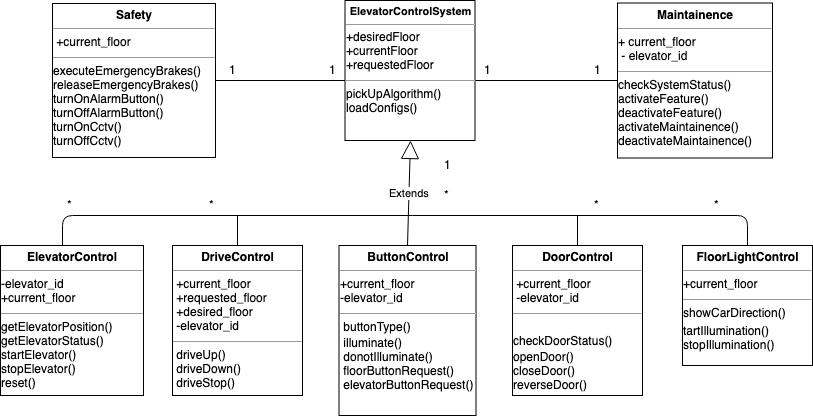
Earlier version of the draw.io export images/class_diagram_ecs.png (bhargavamin/elevator-system). Source tidied: cells renumbered, new cells last; positions are measured from the earlier drawing's top-left corner, leaving out a move shared by most shapes.
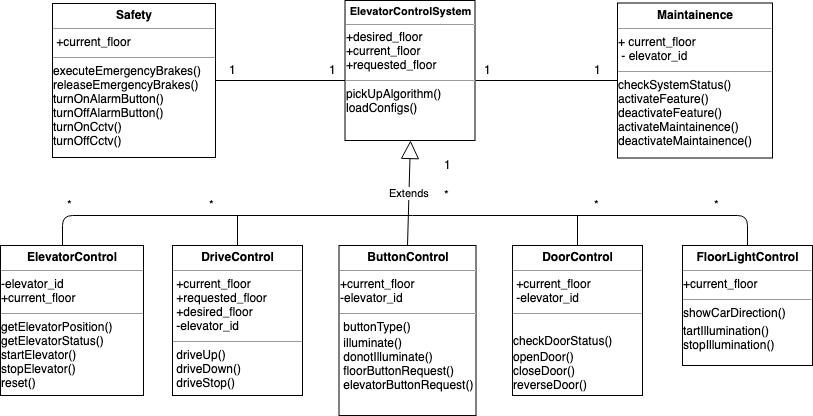
After the commit.

Commit message:
New class diagram

Change to the diagram source:
```diff
@@ -87,7 +87,7 @@
     <mxCell id="23" value="*" style="text;html=1;align=left;verticalAlign=top;spacingTop=-4;" parent="1" vertex="1">
       <mxGeometry x="64.5" y="195" width="20" height="20" as="geometry" />
     </mxCell>
-    <mxCell id="24" value="&lt;p style=&quot;margin: 4px 0px 0px ; text-align: center ; font-size: 11px&quot;&gt;&lt;b&gt;&lt;font style=&quot;font-size: 11px&quot;&gt;ElevatorControlSystem&lt;/font&gt;&lt;/b&gt;&lt;/p&gt;&lt;hr size=&quot;1&quot; style=&quot;font-size: 11px&quot;&gt;+desiredFloor&lt;br&gt;+currentFloor&lt;br&gt;+requestedFloor&lt;br&gt;&lt;div style=&quot;height: 2px&quot;&gt;&lt;/div&gt;&lt;hr size=&quot;1&quot;&gt;&lt;div style=&quot;height: 2px&quot;&gt;pickUpAlgorithm()&lt;br&gt;loadConfigs()&lt;/div&gt;" style="verticalAlign=top;align=left;overflow=fill;fontSize=12;fontFamily=Helvetica;html=1;" parent="1" vertex="1">
+    <mxCell id="24" value="&lt;p style=&quot;margin: 4px 0px 0px ; text-align: center ; font-size: 11px&quot;&gt;&lt;b&gt;&lt;font style=&quot;font-size: 11px&quot;&gt;ElevatorControlSystem&lt;/font&gt;&lt;/b&gt;&lt;/p&gt;&lt;hr size=&quot;1&quot; style=&quot;font-size: 11px&quot;&gt;+desired_floor&lt;br&gt;+current_floor&lt;br&gt;+requested_floor&lt;br&gt;&lt;div style=&quot;height: 2px&quot;&gt;&lt;/div&gt;&lt;hr size=&quot;1&quot;&gt;&lt;div style=&quot;height: 2px&quot;&gt;pickUpAlgorithm()&lt;br&gt;loadConfigs()&lt;/div&gt;" style="verticalAlign=top;align=left;overflow=fill;fontSize=12;fontFamily=Helvetica;html=1;" parent="1" vertex="1">
       <mxGeometry x="344.5" width="130" height="140" as="geometry" />
     </mxCell>
     <mxCell id="25" value="*" style="text;html=1;align=left;verticalAlign=top;spacingTop=-4;" parent="1" vertex="1">
```
